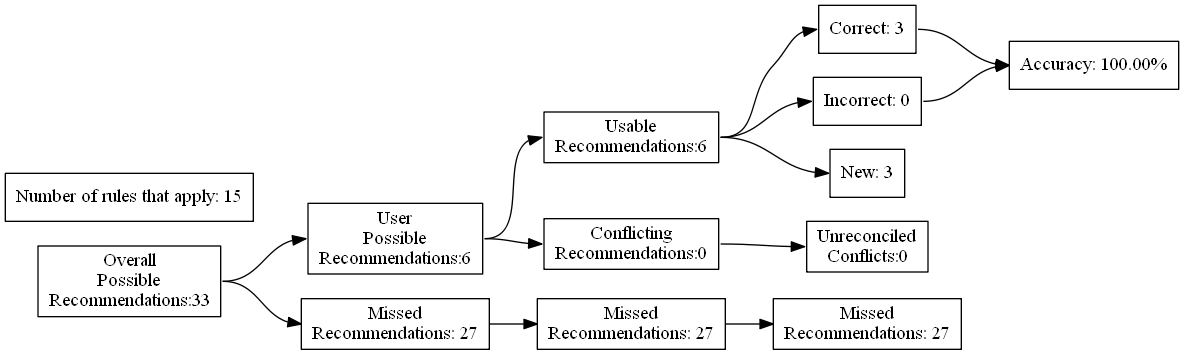
Before: test_renders/61.gv.png, a diagram exported from Graphviz (ZaxR/ibd_diet_analysis). Its source is kept beside it as test_renders/61.gv.
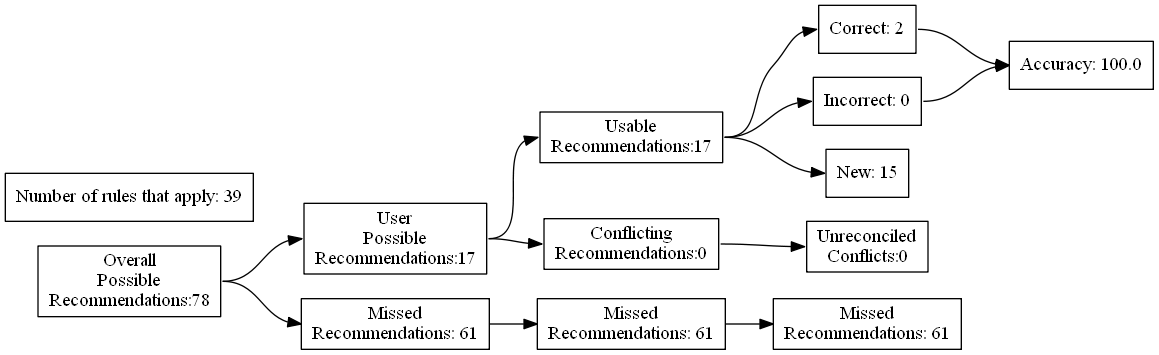
The same file after the commit.

What changed in the source:
```diff
@@ -4,27 +4,27 @@
 	edge [headport=w tailport=e]
 		A [label="Overall
 Possible
-Recommendations:33"]
+Recommendations:78"]
 		B [label="User
 Possible
-Recommendations:6"]
+Recommendations:17"]
 		C [label="Missed
-Recommendations: 27"]
+Recommendations: 61"]
 		D [label="Usable
-Recommendations:6"]
+Recommendations:17"]
 		E [label="Conflicting
 Recommendations:0"]
 		J [label="Missed
-Recommendations: 27"]
+Recommendations: 61"]
 		M [label="Unreconciled
 Conflicts:0"]
-		F [label="Correct: 3"]
+		F [label="Correct: 2"]
 		G [label="Incorrect: 0"]
-		H [label="New: 3"]
+		H [label="New: 15"]
 		K [label="Missed
-Recommendations: 27"]
-		I [label="Accuracy: 100.00%"]
-		l [label="Number of rules that apply: 15"]
+Recommendations: 61"]
+		I [label="Accuracy: 100.0"]
+		l [label="Number of rules that apply: 39"]
 			A -> B
 			A -> C
 			B -> D
```
